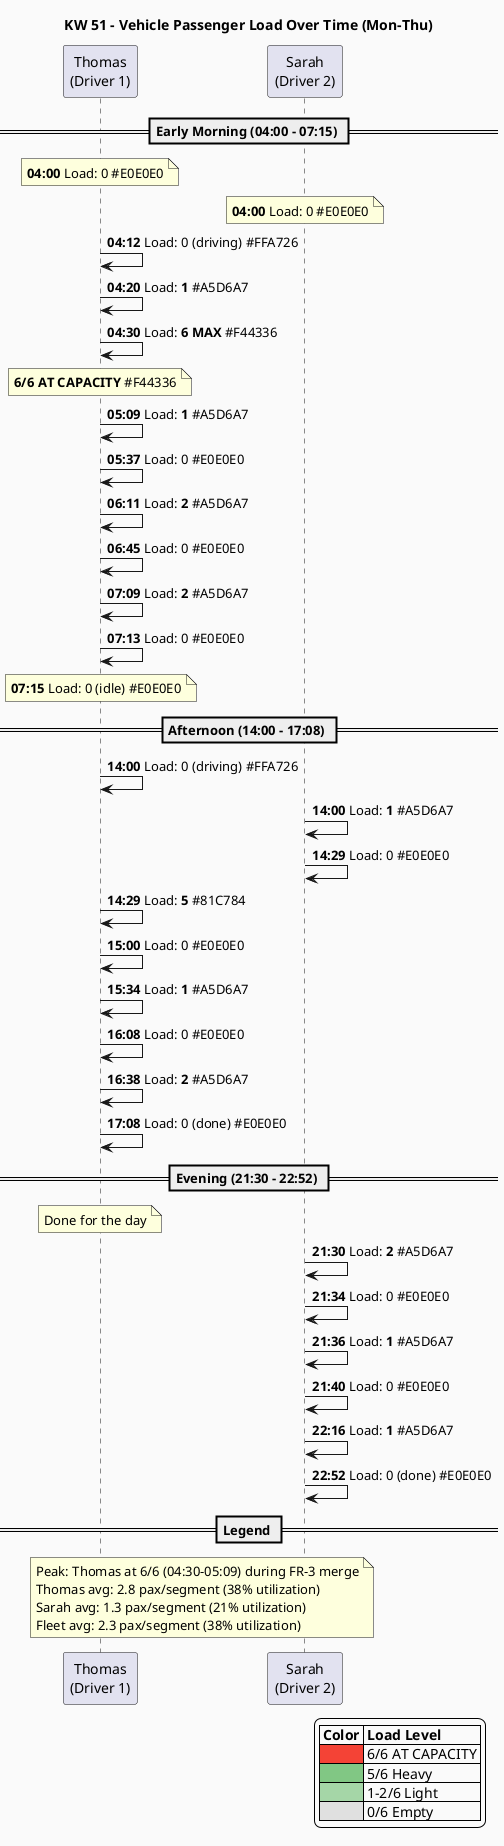
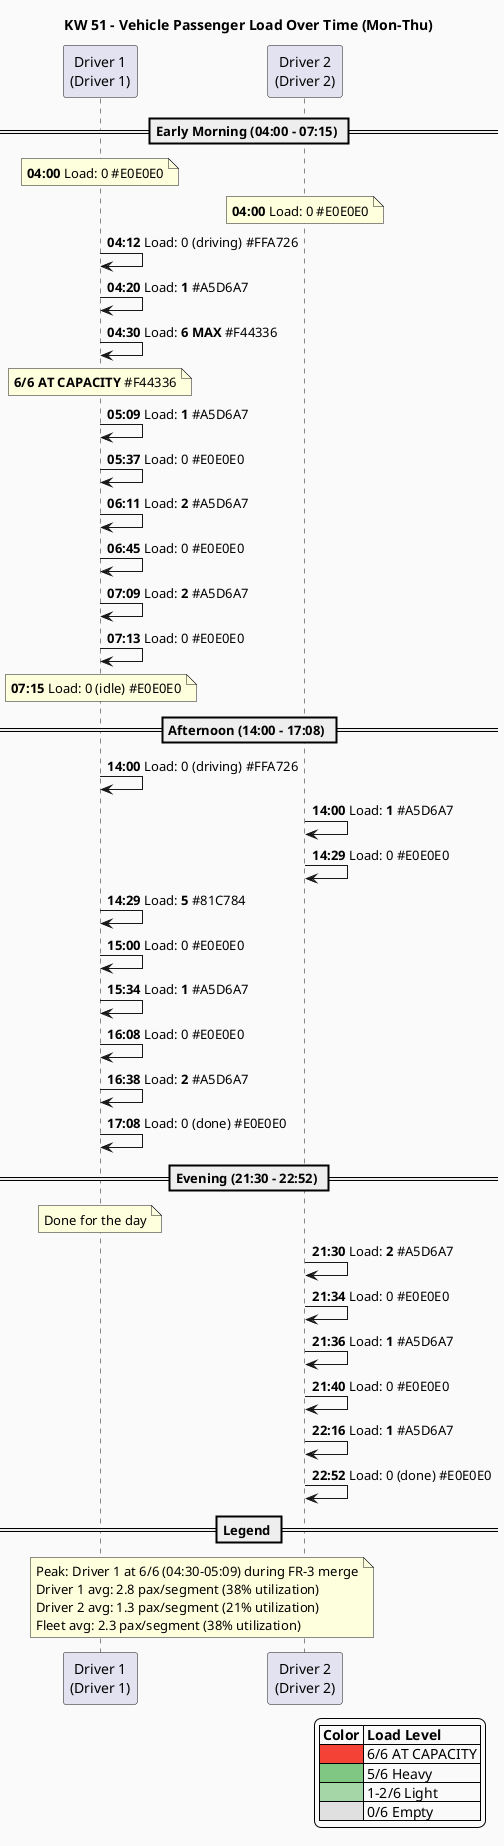
@startuml KW51_VehicleLoad
skinparam backgroundColor #FAFAFA
skinparam defaultFontName Helvetica
skinparam sequenceMessageAlign center

title KW 51 - Vehicle Passenger Load Over Time (Mon-Thu)

- participant "Thomas\n(Driver 1)" as T
- participant "Sarah\n(Driver 2)" as S
+ participant "Driver 1\n(Driver 1)" as T
+ participant "Driver 2\n(Driver 2)" as S

== Early Morning (04:00 - 07:15) ==

note over T : **04:00** Load: 0 #E0E0E0
note over S : **04:00** Load: 0 #E0E0E0

T -> T : **04:12** Load: 0 (driving) #FFA726
T -> T : **04:20** Load: **1** #A5D6A7
T -> T : **04:30** Load: **6 MAX** #F44336
note over T : <b>6/6 AT CAPACITY</b> #F44336
T -> T : **05:09** Load: **1** #A5D6A7
T -> T : **05:37** Load: 0 #E0E0E0
T -> T : **06:11** Load: **2** #A5D6A7
T -> T : **06:45** Load: 0 #E0E0E0
T -> T : **07:09** Load: **2** #A5D6A7
T -> T : **07:13** Load: 0 #E0E0E0
note over T : **07:15** Load: 0 (idle) #E0E0E0

== Afternoon (14:00 - 17:08) ==

T -> T : **14:00** Load: 0 (driving) #FFA726
S -> S : **14:00** Load: **1** #A5D6A7
S -> S : **14:29** Load: 0 #E0E0E0

T -> T : **14:29** Load: **5** #81C784
T -> T : **15:00** Load: 0 #E0E0E0
T -> T : **15:34** Load: **1** #A5D6A7
T -> T : **16:08** Load: 0 #E0E0E0
T -> T : **16:38** Load: **2** #A5D6A7
T -> T : **17:08** Load: 0 (done) #E0E0E0

== Evening (21:30 - 22:52) ==

note over T : Done for the day

S -> S : **21:30** Load: **2** #A5D6A7
S -> S : **21:34** Load: 0 #E0E0E0
S -> S : **21:36** Load: **1** #A5D6A7
S -> S : **21:40** Load: 0 #E0E0E0
S -> S : **22:16** Load: **1** #A5D6A7
S -> S : **22:52** Load: 0 (done) #E0E0E0

== Legend ==

legend right
  |= Color |= Load Level |
  |<#F44336>  | 6/6 AT CAPACITY |
  |<#81C784>  | 5/6 Heavy |
  |<#A5D6A7>  | 1-2/6 Light |
  |<#E0E0E0>  | 0/6 Empty |
endlegend

note over T, S
-   Peak: Thomas at 6/6 (04:30-05:09) during FR-3 merge
-   Thomas avg: 2.8 pax/segment (38% utilization)
-   Sarah avg: 1.3 pax/segment (21% utilization)
+   Peak: Driver 1 at 6/6 (04:30-05:09) during FR-3 merge
+   Driver 1 avg: 2.8 pax/segment (38% utilization)
+   Driver 2 avg: 1.3 pax/segment (21% utilization)
  Fleet avg: 2.3 pax/segment (38% utilization)
end note

@enduml
